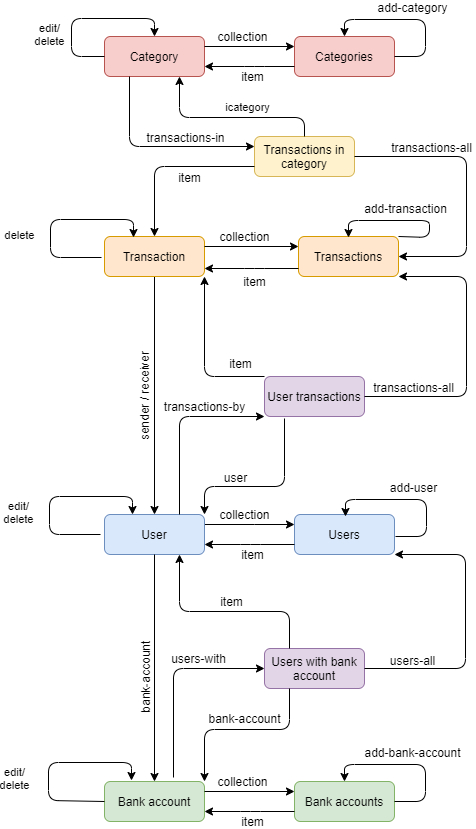
The draw.io diagram images/Ex3.png in jkursula/PWP, before a commit. Source tidied: cells renumbered, new cells last; positions are measured from the earlier drawing's top-left corner, leaving out a move shared by most shapes.
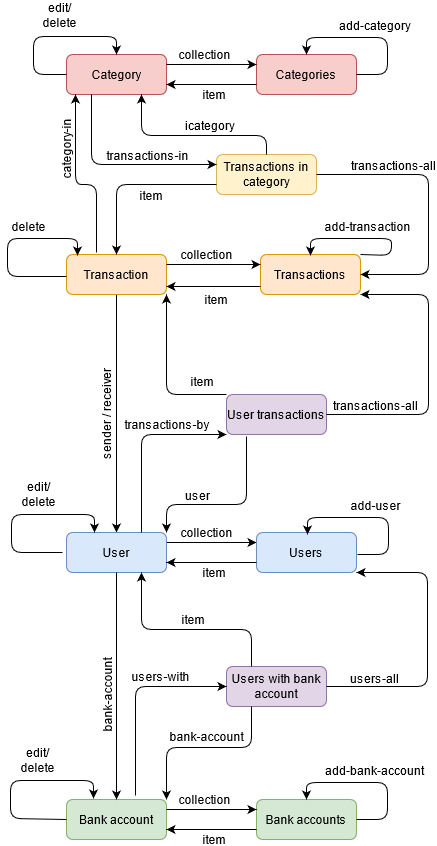
Later version of the same file.

Diff of the diagram source:
```diff
@@ -2,7 +2,7 @@
   <root>
     <mxCell id="0" />
     <mxCell id="1" parent="0" />
-    <mxCell id="2" value="&lt;div style=&quot;font-size: 12px&quot;&gt;&lt;font style=&quot;font-size: 12px&quot;&gt;sender / receiver&lt;/font&gt;&lt;/div&gt;" style="edgeStyle=orthogonalEdgeStyle;rounded=0;jettySize=auto;html=1;textDirection=ltr;horizontal=0;" parent="1" edge="1" source="3" target="7">
+    <mxCell id="2" value="&lt;div style=&quot;font-size: 12px&quot;&gt;&lt;font style=&quot;font-size: 12px&quot;&gt;sender / receiver&lt;/font&gt;&lt;/div&gt;" style="edgeStyle=orthogonalEdgeStyle;rounded=0;jettySize=auto;html=1;textDirection=ltr;horizontal=0;fontSize=12;" parent="1" edge="1" source="3" target="7">
       <mxGeometry x="0.01" y="-10" relative="1" as="geometry" />
     </mxCell>
     <mxCell id="3" value="Transaction" style="rounded=1;whiteSpace=wrap;html=1;fontSize=12;glass=0;strokeWidth=1;shadow=0;fillColor=#ffe6cc;strokeColor=#d79b00;" parent="1" vertex="1">
@@ -218,25 +218,23 @@
         </Array>
       </mxGeometry>
     </mxCell>
-    <mxCell id="39" value="&lt;div&gt;edit/&lt;/div&gt;&lt;div&gt;delete&lt;br&gt;&lt;/div&gt;" style="edgeLabel;html=1;align=center;verticalAlign=middle;" parent="38" vertex="1">
+    <mxCell id="39" value="&lt;div style=&quot;font-size: 12px;&quot;&gt;edit/&lt;/div&gt;&lt;div style=&quot;font-size: 12px;&quot;&gt;delete&lt;br style=&quot;font-size: 12px;&quot;&gt;&lt;/div&gt;" style="edgeLabel;html=1;align=center;verticalAlign=middle;fontSize=12;" parent="38" vertex="1">
       <mxGeometry y="-2" relative="1" as="geometry">
-        <mxPoint x="-38" y="13" as="offset" />
+        <mxPoint x="10" y="-24" as="offset" />
       </mxGeometry>
     </mxCell>
-    <mxCell id="40" style="endArrow=classic;html=1;entryX=0.5;entryY=0;entryDx=0;entryDy=0;" parent="1" edge="1">
+    <mxCell id="40" style="endArrow=classic;html=1;entryX=0.11;entryY=0.025;entryDx=0;entryDy=0;entryPerimeter=0;exitX=0;exitY=0.55;exitDx=0;exitDy=0;exitPerimeter=0;" parent="1" edge="1" source="3" target="3">
       <mxGeometry relative="1" as="geometry">
-        <mxPoint x="53" y="239" as="sourcePoint" />
-        <mxPoint x="85" y="219" as="targetPoint" />
         <Array as="points">
-          <mxPoint x="2" y="239" />
-          <mxPoint x="2" y="201" />
-          <mxPoint x="85" y="201" />
+          <mxPoint x="-3" y="240" />
+          <mxPoint x="-3" y="202" />
+          <mxPoint x="67" y="202" />
         </Array>
       </mxGeometry>
     </mxCell>
-    <mxCell id="41" value="delete" style="edgeLabel;html=1;align=center;verticalAlign=middle;" parent="40" vertex="1">
+    <mxCell id="41" value="delete" style="edgeLabel;html=1;align=center;verticalAlign=middle;fontSize=12;" parent="40" vertex="1">
       <mxGeometry y="-2" relative="1" as="geometry">
-        <mxPoint x="-38" y="13" as="offset" />
+        <mxPoint x="18" y="-18" as="offset" />
       </mxGeometry>
     </mxCell>
     <mxCell id="42" style="endArrow=classic;html=1;entryX=0.5;entryY=0;entryDx=0;entryDy=0;" parent="1" edge="1">
@@ -250,9 +248,9 @@
         </Array>
       </mxGeometry>
     </mxCell>
-    <mxCell id="43" value="&lt;div&gt;edit/&lt;/div&gt;&lt;div&gt;delete&lt;br&gt;&lt;/div&gt;" style="edgeLabel;html=1;align=center;verticalAlign=middle;" parent="42" vertex="1">
+    <mxCell id="43" value="&lt;div style=&quot;font-size: 12px;&quot;&gt;edit/&lt;/div&gt;&lt;div style=&quot;font-size: 12px;&quot;&gt;delete&lt;br style=&quot;font-size: 12px;&quot;&gt;&lt;/div&gt;" style="edgeLabel;html=1;align=center;verticalAlign=middle;fontSize=12;" parent="42" vertex="1">
       <mxGeometry y="-2" relative="1" as="geometry">
-        <mxPoint x="-38" y="13" as="offset" />
+        <mxPoint x="20" y="-23" as="offset" />
       </mxGeometry>
     </mxCell>
     <mxCell id="44" style="endArrow=classic;html=1;exitX=0;exitY=0.5;exitDx=0;exitDy=0;entryX=0.5;entryY=0;entryDx=0;entryDy=0;" parent="1" edge="1" source="9">
@@ -265,12 +263,12 @@
         </Array>
       </mxGeometry>
     </mxCell>
-    <mxCell id="45" value="&lt;div&gt;edit/&lt;/div&gt;&lt;div&gt;delete&lt;br&gt;&lt;/div&gt;" style="edgeLabel;html=1;align=center;verticalAlign=middle;" parent="44" vertex="1">
+    <mxCell id="45" value="&lt;div style=&quot;font-size: 12px;&quot;&gt;edit/&lt;/div&gt;&lt;div style=&quot;font-size: 12px;&quot;&gt;delete&lt;br style=&quot;font-size: 12px;&quot;&gt;&lt;/div&gt;" style="edgeLabel;html=1;align=center;verticalAlign=middle;fontSize=12;" parent="44" vertex="1">
       <mxGeometry y="-2" relative="1" as="geometry">
-        <mxPoint x="-38" y="13" as="offset" />
+        <mxPoint x="22" y="-23" as="offset" />
       </mxGeometry>
     </mxCell>
-    <mxCell id="46" value="icategory" style="endArrow=classic;html=1;exitX=0.5;exitY=0;exitDx=0;exitDy=0;entryX=0.75;entryY=1;entryDx=0;entryDy=0;" parent="1" edge="1" source="27" target="11">
+    <mxCell id="46" value="icategory" style="endArrow=classic;html=1;exitX=0.5;exitY=0;exitDx=0;exitDy=0;entryX=0.75;entryY=1;entryDx=0;entryDy=0;fontSize=12;" parent="1" edge="1" source="27" target="11">
       <mxGeometry x="-0.18" y="-10" relative="1" as="geometry">
         <Array as="points">
           <mxPoint x="256" y="99" />
@@ -353,5 +351,14 @@
         <mxPoint x="-53" y="26" as="offset" />
       </mxGeometry>
     </mxCell>
+    <mxCell id="58" value="&lt;font style=&quot;font-size: 12px&quot;&gt;category-in&lt;/font&gt;" style="endArrow=classic;html=1;entryX=0.09;entryY=1;entryDx=0;entryDy=0;entryPerimeter=0;horizontal=0;" parent="1" edge="1" target="11">
+      <mxGeometry x="0.39" y="9" relative="1" as="geometry">
+        <mxPoint x="86" y="216" as="sourcePoint" />
+        <Array as="points">
+          <mxPoint x="86" y="148" />
+          <mxPoint x="65" y="148" />
+        </Array>
+      </mxGeometry>
+    </mxCell>
   </root>
 </mxGraphModel>
```
